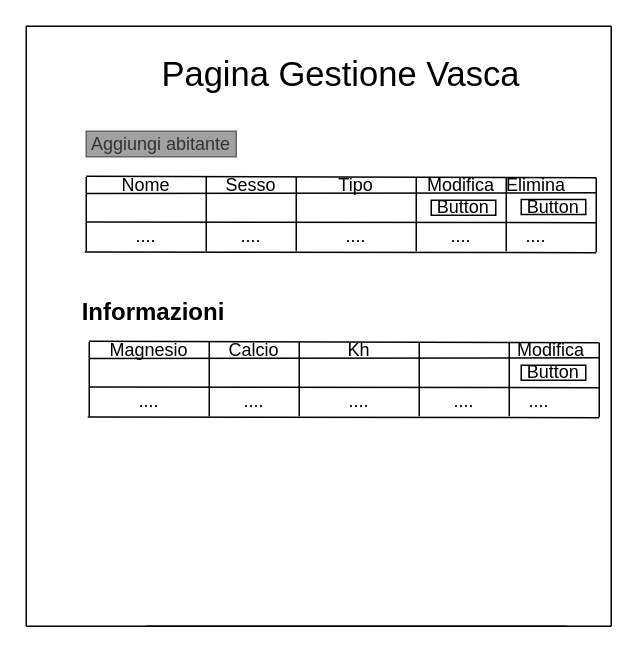
The draw.io diagram Progettazione/Pagine/PaginaGestioneVasca.drawio in mattiaruberto/GestioneAcquariMarini, before the edit. Source tidied: cells renumbered, new cells numbered last; positions are measured from the earlier drawing's top-left corner, leaving out a move shared by most shapes. Both pictures are drawn from the tidied source at 150%, with x=0, y=0 at pixel (26, 26).
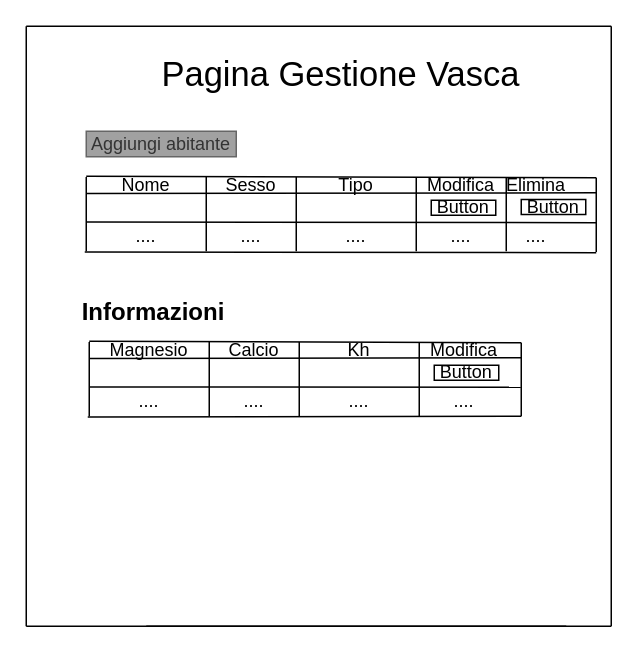
The same page after the edit.

Change to the diagram source:
```diff
@@
     <mxCell id="33" style="endArrow=none;html=1;" parent="1" edge="1">
       <mxGeometry relative="1" as="geometry">
         <mxPoint x="42" y="210" as="sourcePoint" />
-        <mxPoint x="382" y="211" as="targetPoint" />
+        <mxPoint x="330" y="211" as="targetPoint" />
       </mxGeometry>
     </mxCell>
@@
-    <mxCell id="35" style="endArrow=none;html=1;" parent="1" edge="1">
-      <mxGeometry relative="1" as="geometry">
-        <mxPoint x="382" y="260.5" as="sourcePoint" />
-        <mxPoint x="382" y="211" as="targetPoint" />
-      </mxGeometry>
-    </mxCell>
     <mxCell id="36" style="endArrow=none;html=1;" parent="1" edge="1">
       <mxGeometry relative="1" as="geometry">
-        <mxPoint x="322" y="260" as="sourcePoint" />
-        <mxPoint x="322" y="210.5" as="targetPoint" />
+        <mxPoint x="330" y="260" as="sourcePoint" />
+        <mxPoint x="330" y="211" as="targetPoint" />
       </mxGeometry>
     </mxCell>
@@
     <mxCell id="40" style="endArrow=none;html=1;" parent="1" edge="1">
       <mxGeometry relative="1" as="geometry">
         <mxPoint x="42" y="221.5" as="sourcePoint" />
-        <mxPoint x="382" y="221" as="targetPoint" />
+        <mxPoint x="330" y="221" as="targetPoint" />
       </mxGeometry>
     </mxCell>
-    <mxCell id="41" style="endArrow=none;html=1;" parent="1" edge="1">
+    <mxCell id="41" style="endArrow=none;html=1;entryX=0.193;entryY=0.036;entryDx=0;entryDy=0;entryPerimeter=0;" parent="1" edge="1">
       <mxGeometry relative="1" as="geometry">
         <mxPoint x="42" y="240.5" as="sourcePoint" />
-        <mxPoint x="382" y="241" as="targetPoint" />
+        <mxPoint x="329.7" y="240.7" as="targetPoint" />
       </mxGeometry>
     </mxCell>
     <mxCell id="42" style="endArrow=none;html=1;" parent="1" edge="1">
       <mxGeometry relative="1" as="geometry">
         <mxPoint x="41" y="260.5" as="sourcePoint" />
-        <mxPoint x="382" y="261" as="targetPoint" />
+        <mxPoint x="330" y="260" as="targetPoint" />
       </mxGeometry>
     </mxCell>
@@
     <mxCell id="45" value="Modifica" style="text;html=1;strokeColor=none;fillColor=none;align=center;verticalAlign=middle;whiteSpace=wrap;rounded=0;" parent="1" vertex="1">
-      <mxGeometry x="330" y="210.5" width="40" height="11" as="geometry" />
+      <mxGeometry x="272" y="210.5" width="40" height="11" as="geometry" />
     </mxCell>
@@
-    <mxCell id="50" value="...." style="text;html=1;strokeColor=none;fillColor=none;align=center;verticalAlign=middle;whiteSpace=wrap;rounded=0;" parent="1" vertex="1">
-      <mxGeometry x="322" y="240" width="40" height="20" as="geometry" />
-    </mxCell>
     <mxCell id="51" value="Button" style="rounded=0;whiteSpace=wrap;html=1;" parent="1" vertex="1">
-      <mxGeometry x="330" y="226" width="43" height="10" as="geometry" />
+      <mxGeometry x="272" y="226" width="43" height="10" as="geometry" />
     </mxCell>
```
